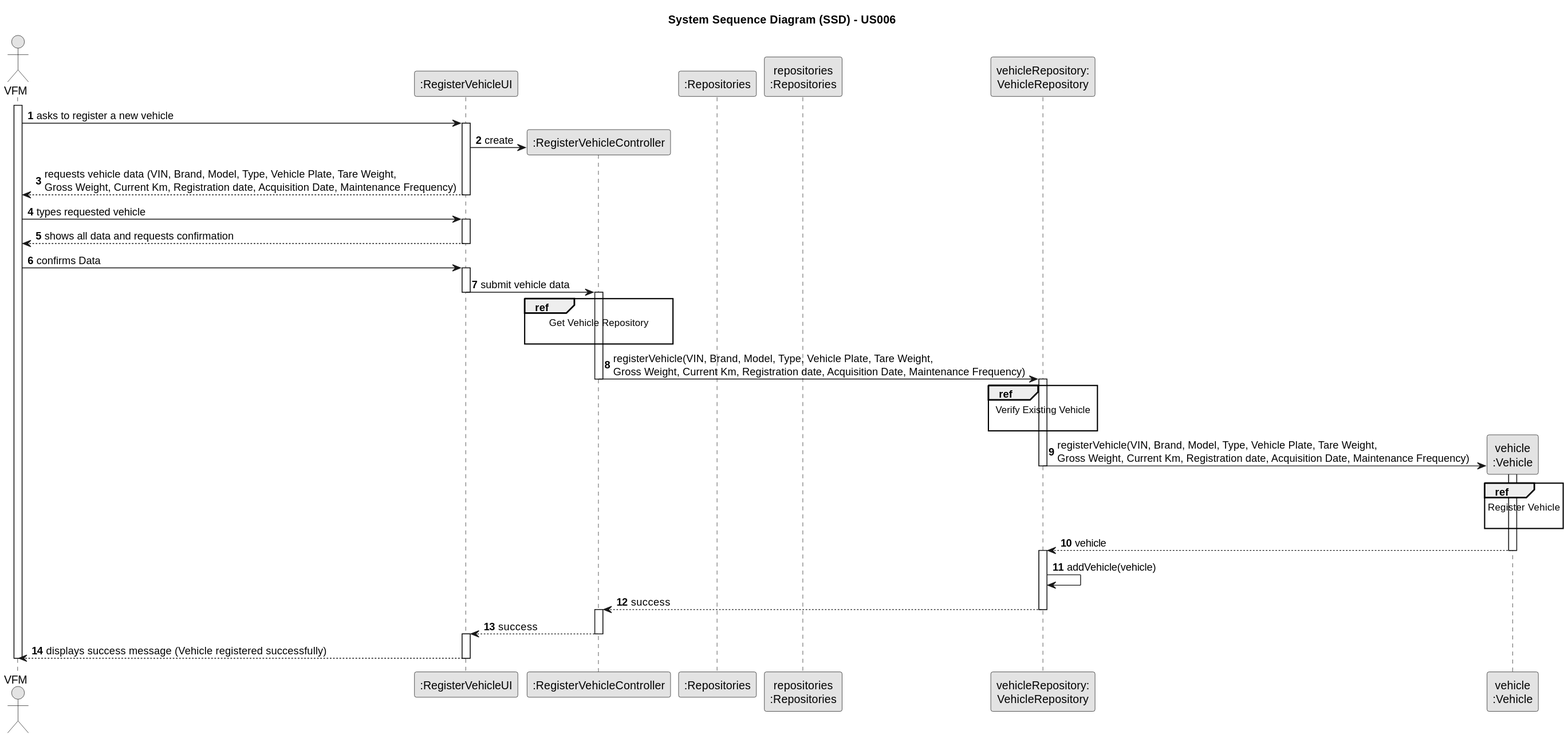
Earlier version of the PlantUML export docs/sprintC/us020/03.design/svg/us020-sequence-diagram-split.svg (ricardomm7/leaflink). Source of this version:
```plantuml
@startuml
skinparam monochrome true
skinparam packageStyle rectangle
skinparam shadowing false

title System Sequence Diagram (SSD) - US006

autonumber

actor "VFM" as VFM
participant ":RegisterVehicleUI" as UI
participant ":RegisterVehicleController" as CTRL
participant ":Repositories" as RepositorySingleton
participant "repositories\n:Repositories" as PLAT
participant "vehicleRepository:\nVehicleRepository" as VehicleRepository
participant "vehicle\n:Vehicle" as VEI

activate VFM

    VFM -> UI : asks to register a new vehicle
    activate UI

        UI -> CTRL** : create

        UI --> VFM : requests vehicle data (VIN, Brand, Model, Type, Vehicle Plate, Tare Weight, \nGross Weight, Current Km, Registration date, Acquisition Date, Maintenance Frequency)
        deactivate UI

    VFM -> UI : types requested vehicle
    activate UI

    UI --> VFM : shows all data and requests confirmation
    deactivate UI

    VFM -> UI: confirms Data
    activate UI

        UI -> CTRL : submit vehicle data
        deactivate UI
        activate CTRL

            ref over CTRL
                                            Get Vehicle Repository

                                        end ref

        CTRL -> VehicleRepository : registerVehicle(VIN, Brand, Model, Type, Vehicle Plate, Tare Weight, \nGross Weight, Current Km, Registration date, Acquisition Date, Maintenance Frequency)
        deactivate CTRL

            activate VehicleRepository

        ref over VehicleRepository
                                                                            Verify Existing Vehicle

                                                                        end ref


            VehicleRepository -> VEI **: registerVehicle(VIN, Brand, Model, Type, Vehicle Plate, Tare Weight, \nGross Weight, Current Km, Registration date, Acquisition Date, Maintenance Frequency)
        deactivate VehicleRepository
            activate VEI


            ref over VEI
                                            Register Vehicle

                                        end ref

            VEI --> VehicleRepository: vehicle
            deactivate VEI
            activate VehicleRepository




            VehicleRepository -> VehicleRepository: addVehicle(vehicle)
            VehicleRepository --> CTRL: success
                        deactivate VehicleRepository

            activate CTRL


            CTRL --> UI : success
            deactivate CTRL
            activate UI

    UI --> VFM : displays success message (Vehicle registered successfully)
    deactivate UI

deactivate VFM
@enduml
```
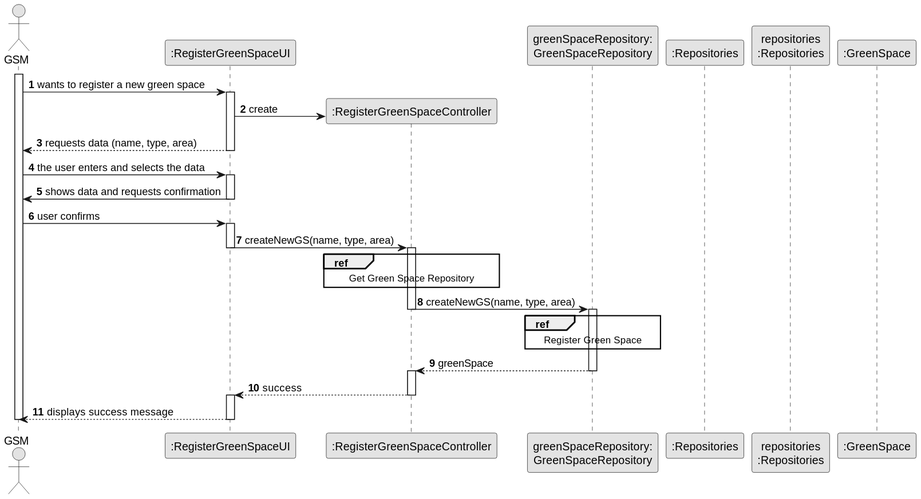
The same file after the commit.

The edit, as a diff of the source:
```diff
@@ -3,87 +3,51 @@
 skinparam packageStyle rectangle
 skinparam shadowing false
 
-title System Sequence Diagram (SSD) - US006
 
 autonumber
 
-actor "VFM" as VFM
-participant ":RegisterVehicleUI" as UI
-participant ":RegisterVehicleController" as CTRL
+actor "GSM" as GSM
+participant ":RegisterGreenSpaceUI" as UI
+participant ":RegisterGreenSpaceController" as CTRL
+participant "greenSpaceRepository:\nGreenSpaceRepository" as gsrepo
 participant ":Repositories" as RepositorySingleton
 participant "repositories\n:Repositories" as PLAT
-participant "vehicleRepository:\nVehicleRepository" as VehicleRepository
-participant "vehicle\n:Vehicle" as VEI
+participant ":GreenSpace" as GS
 
-activate VFM
+activate GSM
 
-    VFM -> UI : asks to register a new vehicle
+    GSM -> UI : wants to register a new green space
     activate UI
 
         UI -> CTRL** : create
 
-        UI --> VFM : requests vehicle data (VIN, Brand, Model, Type, Vehicle Plate, Tare Weight, \nGross Weight, Current Km, Registration date, Acquisition Date, Maintenance Frequency)
+        UI --> GSM : requests data (name, type, area)
         deactivate UI
-
-    VFM -> UI : types requested vehicle
-    activate UI
-
-    UI --> VFM : shows all data and requests confirmation
-    deactivate UI
-
-    VFM -> UI: confirms Data
-    activate UI
-
-        UI -> CTRL : submit vehicle data
-        deactivate UI
-        activate CTRL
-
-            ref over CTRL
-                                            Get Vehicle Repository
-
-                                        end ref
-
-        CTRL -> VehicleRepository : registerVehicle(VIN, Brand, Model, Type, Vehicle Plate, Tare Weight, \nGross Weight, Current Km, Registration date, Acquisition Date, Maintenance Frequency)
-        deactivate CTRL
-
-            activate VehicleRepository
-
-        ref over VehicleRepository
-                                                                            Verify Existing Vehicle
-
-                                                                        end ref
-
-
-            VehicleRepository -> VEI **: registerVehicle(VIN, Brand, Model, Type, Vehicle Plate, Tare Weight, \nGross Weight, Current Km, Registration date, Acquisition Date, Maintenance Frequency)
-        deactivate VehicleRepository
-            activate VEI
-
-
-            ref over VEI
-                                            Register Vehicle
-
-                                        end ref
-
-            VEI --> VehicleRepository: vehicle
-            deactivate VEI
-            activate VehicleRepository
-
-
-
-
-            VehicleRepository -> VehicleRepository: addVehicle(vehicle)
-            VehicleRepository --> CTRL: success
-                        deactivate VehicleRepository
-
-            activate CTRL
-
-
-            CTRL --> UI : success
-            deactivate CTRL
-            activate UI
-
-    UI --> VFM : displays success message (Vehicle registered successfully)
-    deactivate UI
-
-deactivate VFM
+GSM -> UI : the user enters and selects the data
+activate UI
+UI-> GSM : shows data and requests confirmation
+deactivate UI
+GSM -> UI: user confirms
+activate UI
+UI -> CTRL : createNewGS(name, type, area)
+deactivate UI
+activate CTRL
+ref over CTRL
+Get Green Space Repository
+end ref
+CTRL -> gsrepo : createNewGS(name, type, area)
+deactivate CTRL
+activate gsrepo
+ref over gsrepo
+Register Green Space
+end ref
+gsrepo --> CTRL : greenSpace
+deactivate gsrepo
+activate CTRL
+CTRL --> UI : success
+deactivate CTRL
+activate UI
+UI-->GSM:displays success message
+deactivate UI
+deactivate GSM
 @enduml
```
